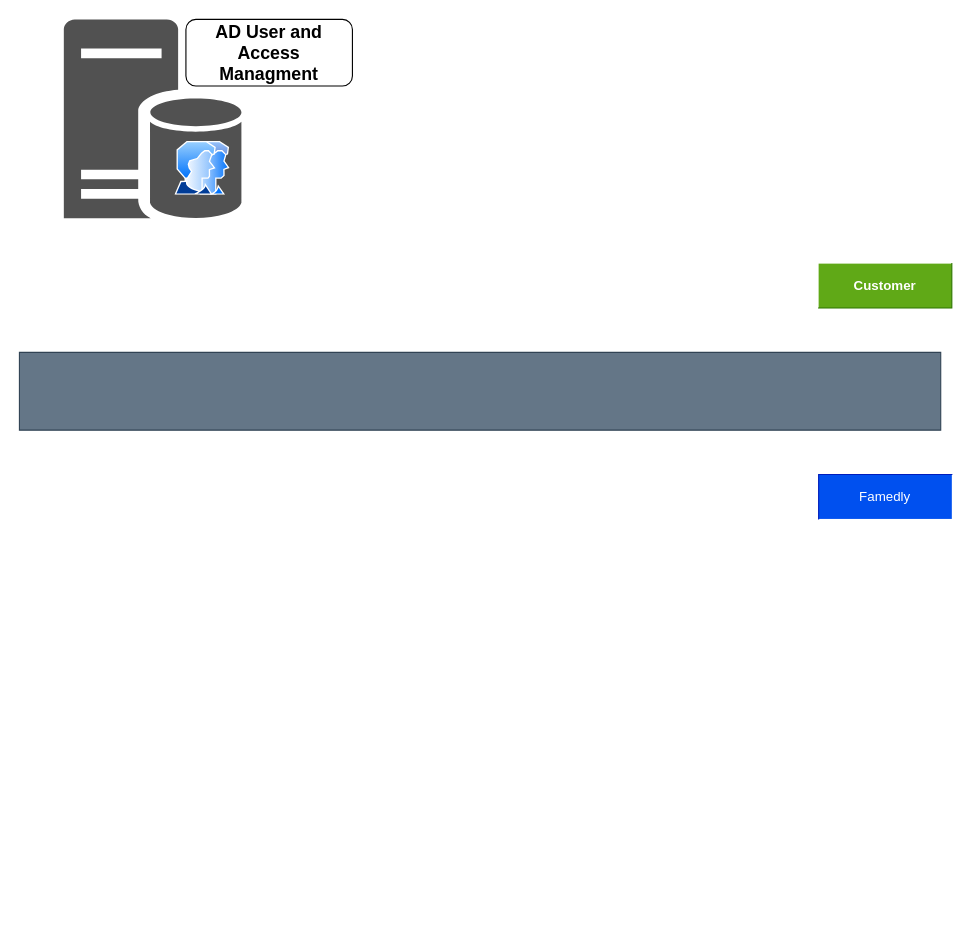
Above: Famedly_diagram.drawio in DimitrijaGj/coursera (draw.io), before the change. Source tidied: cells renumbered, new cells numbered last; positions are measured from the earlier drawing's top-left corner, leaving out a move shared by most shapes. Both pictures are drawn from the tidied source at 111%, with x=0, y=0 at pixel (19, 19).
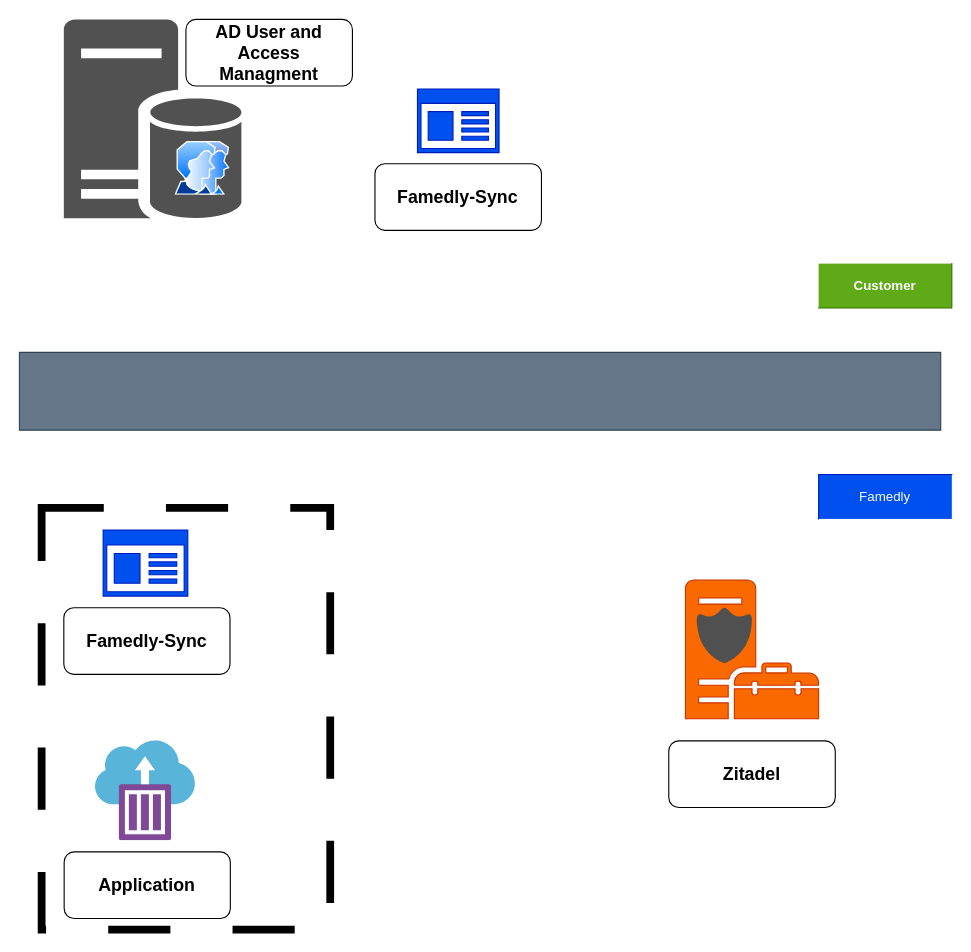
The same page after the edit.

Commit message:
Addeed servicess

What changed in the source:
```diff
@@
 <mxGraphModel>
   <root>
     <mxCell id="0" />
     <mxCell id="1" parent="0" />
+    <mxCell id="8" style="rounded=0;whiteSpace=wrap;html=1;fillColor=none;strokeWidth=7;dashed=1;dashPattern=8 8;" parent="1" vertex="1">
+      <mxGeometry x="20" y="440" width="260" height="380" as="geometry" />
+    </mxCell>
     <mxCell id="2" style="verticalLabelPosition=bottom;verticalAlign=top;html=1;shape=mxgraph.basic.rect;fillColor2=none;strokeWidth=1;size=20;indent=100;fillColor=#647687;fontColor=#ffffff;strokeColor=#314354;" parent="1" vertex="1">
       <mxGeometry y="300" width="830" height="70" as="geometry" />
     </mxCell>
     <mxCell id="3" value="Famedly" style="shape=partialRectangle;whiteSpace=wrap;html=1;bottom=0;right=0;fillColor=#0050ef;fontColor=#ffffff;strokeColor=#001DBC;" parent="1" vertex="1">
       <mxGeometry x="720" y="410" width="120" height="40" as="geometry" />
     </mxCell>
     <mxCell id="4" value="&lt;b&gt;Customer&lt;/b&gt;" style="shape=partialRectangle;whiteSpace=wrap;html=1;top=0;left=0;fillColor=#60a917;fontColor=#ffffff;strokeColor=#2D7600;" parent="1" vertex="1">
       <mxGeometry x="720" y="220" width="120" height="40" as="geometry" />
     </mxCell>
     <mxCell id="5" style="sketch=0;shadow=0;dashed=0;html=1;strokeColor=none;labelPosition=center;verticalLabelPosition=bottom;verticalAlign=top;align=center;fillColor=#515151;shape=mxgraph.mscae.enterprise.database_server;" parent="1" vertex="1">
       <mxGeometry x="40" width="160" height="180" as="geometry" />
     </mxCell>
     <mxCell id="6" style="image;perimeter=ellipsePerimeter;html=1;align=center;shadow=0;dashed=0;spacingTop=3;image=img/lib/active_directory/user_accounts.svg;" parent="1" vertex="1">
       <mxGeometry x="140" y="110" width="50" height="48.5" as="geometry" />
     </mxCell>
     <mxCell id="7" value="&lt;b&gt;&lt;font style=&quot;font-size: 16px;&quot;&gt;AD User and Access Managment&lt;/font&gt;&lt;/b&gt;" style="rounded=1;whiteSpace=wrap;html=1;" parent="1" vertex="1">
       <mxGeometry x="150" width="150" height="60" as="geometry" />
     </mxCell>
+    <mxCell id="9" style="sketch=0;shadow=0;dashed=0;html=1;strokeColor=#001DBC;labelPosition=center;verticalLabelPosition=bottom;verticalAlign=top;align=center;fillColor=#0050ef;shape=mxgraph.mscae.enterprise.app_generic;fontColor=#ffffff;" parent="1" vertex="1">
+      <mxGeometry x="358.6" y="62.7" width="73.5" height="57.3" as="geometry" />
+    </mxCell>
+    <mxCell id="10" style="sketch=0;shadow=0;dashed=0;html=1;strokeColor=#001DBC;labelPosition=center;verticalLabelPosition=bottom;verticalAlign=top;align=center;fillColor=#0050ef;shape=mxgraph.mscae.enterprise.app_generic;fontColor=#ffffff;" parent="1" vertex="1">
+      <mxGeometry x="75.4" y="460" width="76.3" height="59.5" as="geometry" />
+    </mxCell>
+    <mxCell id="11" value="&lt;b&gt;&lt;font style=&quot;font-size: 16px; color: light-dark(rgb(0, 0, 0), rgb(255, 255, 255));&quot;&gt;Famedly-Sync&lt;/font&gt;&lt;/b&gt;" style="rounded=1;whiteSpace=wrap;html=1;" parent="1" vertex="1">
+      <mxGeometry x="320.3" y="130" width="150" height="60" as="geometry" />
+    </mxCell>
+    <mxCell id="12" value="&lt;b&gt;&lt;font style=&quot;font-size: 16px;&quot;&gt;Famedly-Sync&lt;/font&gt;&lt;/b&gt;" style="rounded=1;whiteSpace=wrap;html=1;" parent="1" vertex="1">
+      <mxGeometry x="40" y="530" width="149.7" height="60" as="geometry" />
+    </mxCell>
+    <mxCell id="13" style="sketch=0;shadow=0;dashed=0;html=1;strokeColor=#C73500;labelPosition=center;verticalLabelPosition=bottom;verticalAlign=top;align=center;fillColor=#fa6800;shape=mxgraph.mscae.system_center.management_point;fontColor=#000000;" parent="1" vertex="1">
+      <mxGeometry x="600" y="505" width="120" height="125" as="geometry" />
+    </mxCell>
+    <mxCell id="14" style="sketch=0;shadow=0;dashed=0;html=1;strokeColor=none;labelPosition=center;verticalLabelPosition=bottom;verticalAlign=top;align=center;fillColor=#505050;shape=mxgraph.mscae.oms.security;" parent="1" vertex="1">
+      <mxGeometry x="610" y="530" width="50" height="50" as="geometry" />
+    </mxCell>
+    <mxCell id="15" value="&lt;b&gt;&lt;font style=&quot;font-size: 16px;&quot;&gt;Zitadel&lt;/font&gt;&lt;/b&gt;" style="rounded=1;whiteSpace=wrap;html=1;" parent="1" vertex="1">
+      <mxGeometry x="585" y="650" width="150" height="60" as="geometry" />
+    </mxCell>
+    <mxCell id="16" style="image;sketch=0;html=1;align=center;fontSize=12;image=img/lib/mscae/Container_Instances.svg;" parent="1" vertex="1">
+      <mxGeometry x="68.6" y="650" width="90" height="90" as="geometry" />
+    </mxCell>
+    <mxCell id="17" value="&lt;b&gt;&lt;font style=&quot;font-size: 16px;&quot;&gt;Application&lt;/font&gt;&lt;/b&gt;" style="rounded=1;whiteSpace=wrap;html=1;" parent="1" vertex="1">
+      <mxGeometry x="40.3" y="750" width="149.7" height="60" as="geometry" />
+    </mxCell>
   </root>
 </mxGraphModel>
```
